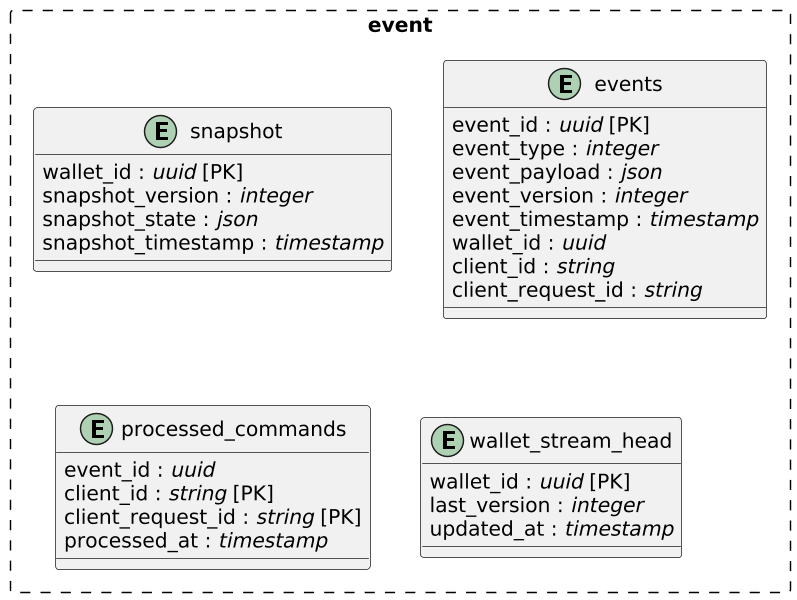
raj-mistry-01/Event-Driven-Ledger keeps this PlantUML diagram as software-docs/entity model/event_db.png. Above is the earlier version.
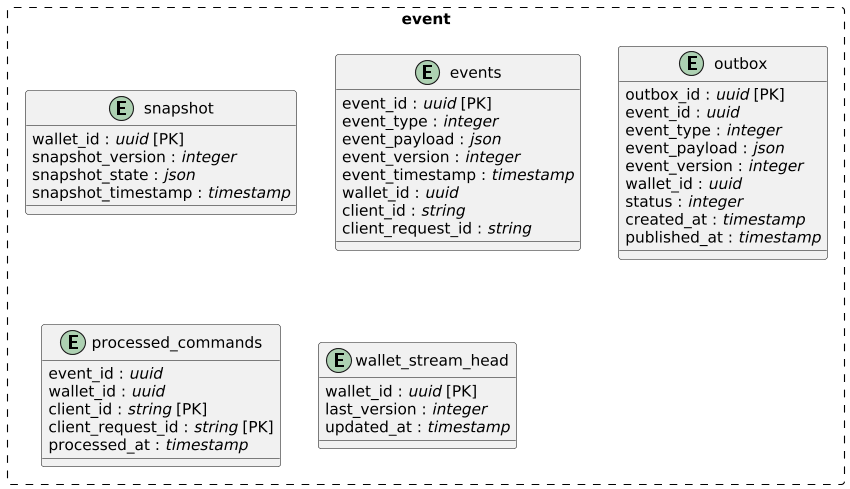
After the change.

Change to the diagram source:
```diff
@@ -23,8 +23,21 @@
   client_request_id : //string//
 }
 
+entity outbox {
+  outbox_id : //uuid// [PK]
+  event_id : //uuid//
+  event_type : //integer//
+  event_payload : //json//
+  event_version : //integer//
+  wallet_id : //uuid//
+  status : //integer//
+  created_at : //timestamp//
+  published_at : //timestamp//
+}
+
 entity processed_commands {
   event_id : //uuid//
+  wallet_id : //uuid//
   client_id : //string// [PK]
   client_request_id : //string// [PK]
   processed_at : //timestamp//
```
